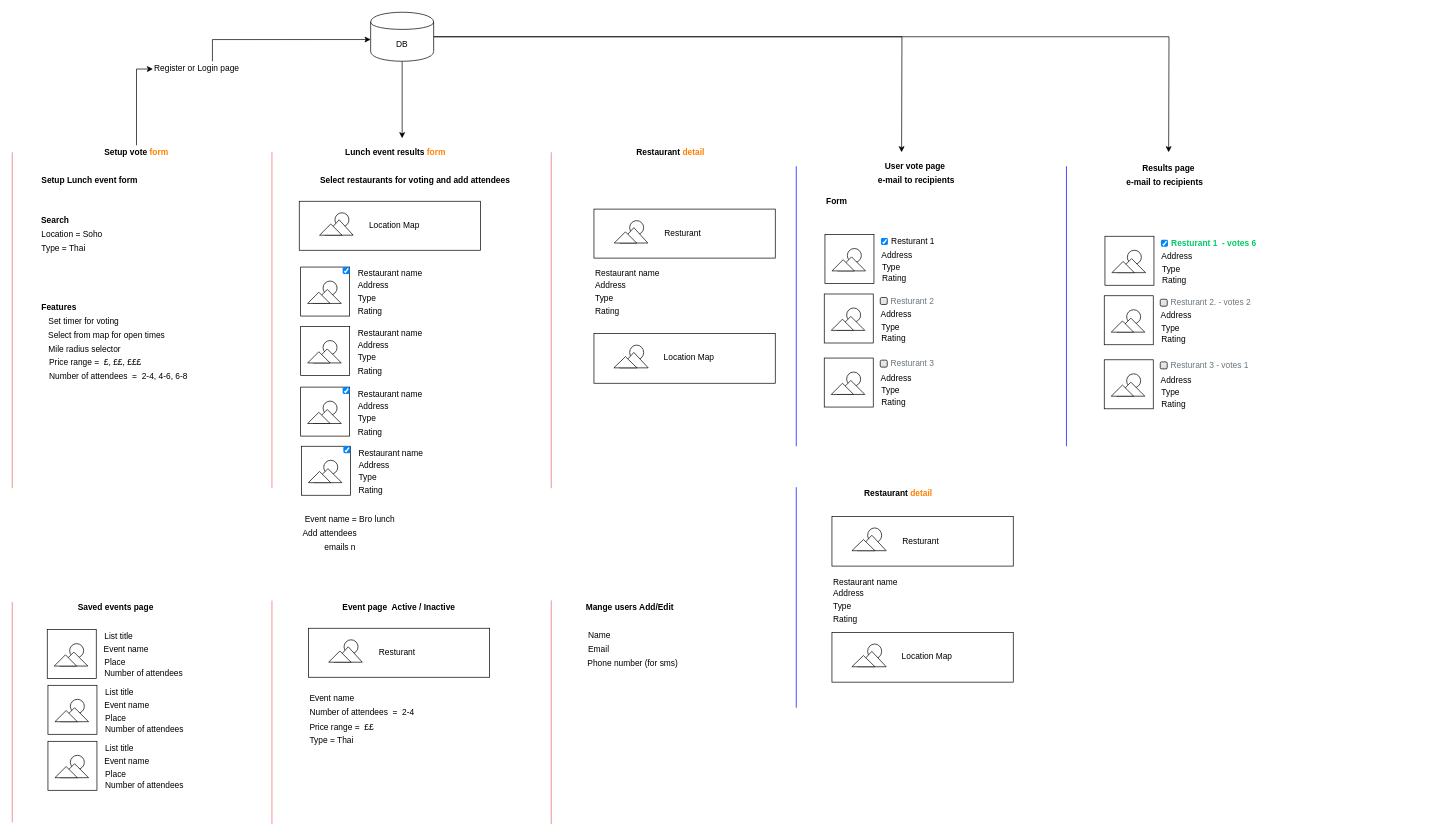
Earlier version of the draw.io diagram lunchSystem.drawio (ameenaziz/lunch). Source tidied: cells renumbered, new cells numbered last; positions are measured from the earlier drawing's top-left corner, leaving out a move shared by most shapes. Both pictures are drawn from the tidied source at 70%, with x=0, y=0 at pixel (12, 12).
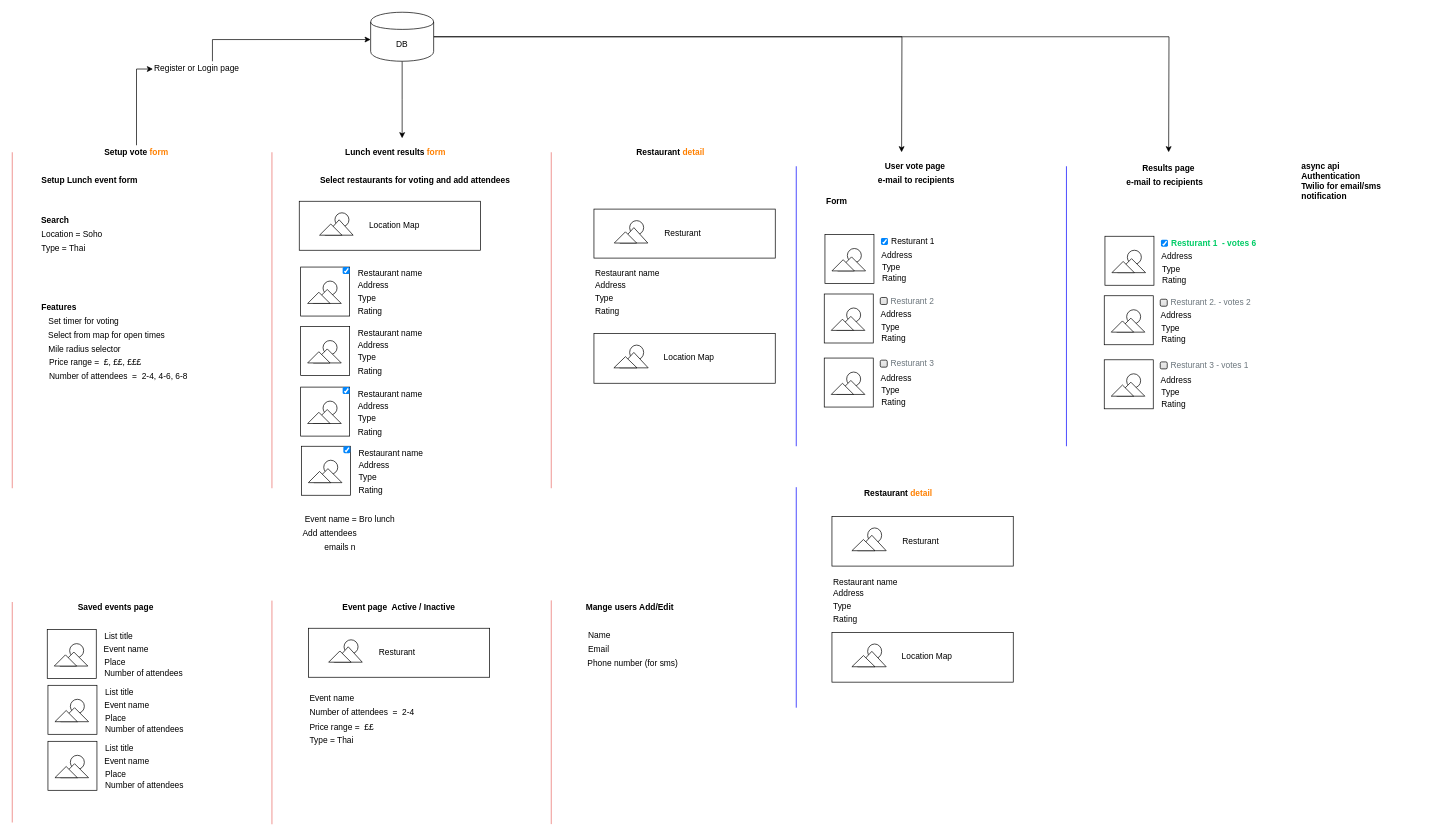
After the change.

Change to the diagram source:
```diff
@@
+    <mxCell id="352" value="async api&lt;br&gt;Authentication&amp;nbsp;&lt;br&gt;Twilio for email/sms notification&lt;br&gt;" style="text;html=1;strokeColor=none;fillColor=none;align=left;verticalAlign=middle;whiteSpace=wrap;rounded=0;fontStyle=1;" parent="1" vertex="1">
+      <mxGeometry x="1840" y="201.2" width="170" height="80" as="geometry" />
+    </mxCell>
```
